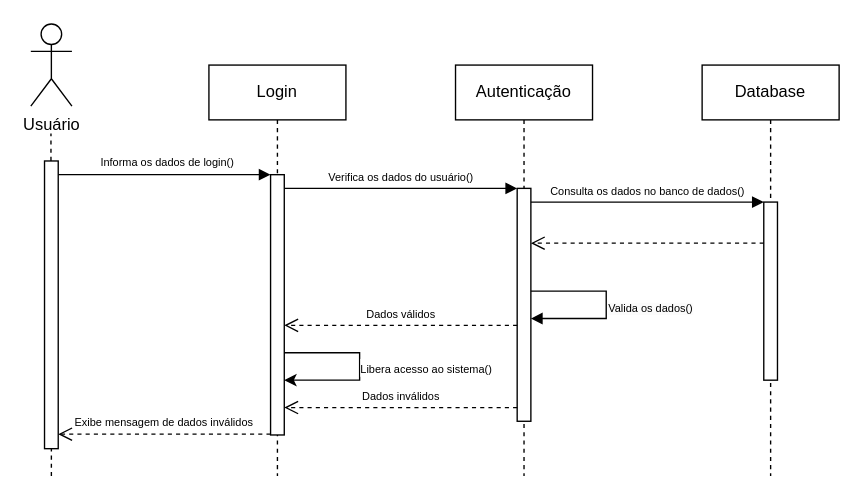
augustocesarsousa/ecommerce keeps this draw.io diagram as documentation/diagrams/sequence/login/sd001.drawio. Above is the earlier version. Source tidied: cells renumbered, new cells numbered last; positions are measured from the earlier drawing's top-left corner, leaving out a move shared by most shapes. Both pictures are drawn from the tidied source at 137%, with x=0, y=0 at pixel (30, 23).
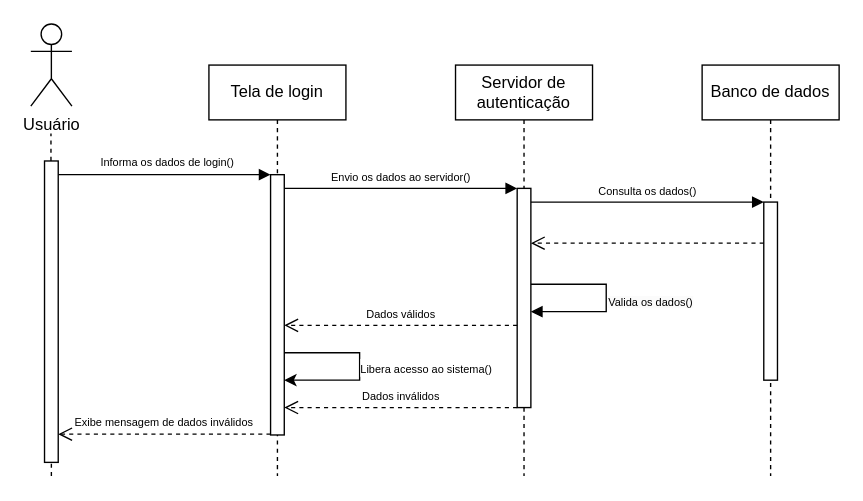
Above is the later version.

Commit message (it also covers changes not shown here):
docs: atualiza estrutura de pastas para os diagramas casos de uso e atualiza o diagrama de sequência sd001

Unchanged cells that the change refers to:
```xml
<mxCell id="15" style="html=1;points=[];perimeter=orthogonalPerimeter;outlineConnect=0;targetShapes=umlLifeline;portConstraint=eastwest;newEdgeStyle={&quot;edgeStyle&quot;:&quot;elbowEdgeStyle&quot;,&quot;elbow&quot;:&quot;vertical&quot;,&quot;curved&quot;:0,&quot;rounded&quot;:0};" parent="14" vertex="1">
  <mxGeometry x="45" y="100" width="10" height="130" as="geometry" />
</mxCell>
```

The edit, as a diff of the source:
```diff
@@
-    <mxCell id="2" value="Login" style="shape=umlLifeline;perimeter=lifelinePerimeter;whiteSpace=wrap;html=1;newEdgeStyle={&quot;edgeStyle&quot;:&quot;elbowEdgeStyle&quot;,&quot;elbow&quot;:&quot;vertical&quot;,&quot;curved&quot;:0,&quot;rounded&quot;:0};" parent="1" vertex="1">
+    <mxCell id="2" value="Tela de login" style="shape=umlLifeline;perimeter=lifelinePerimeter;whiteSpace=wrap;html=1;newEdgeStyle={&quot;edgeStyle&quot;:&quot;elbowEdgeStyle&quot;,&quot;elbow&quot;:&quot;vertical&quot;,&quot;curved&quot;:0,&quot;rounded&quot;:0};" parent="1" vertex="1">
       <mxGeometry x="130" y="30" width="100" height="300" as="geometry" />
     </mxCell>
-    <mxCell id="3" value="Autenticação" style="shape=umlLifeline;perimeter=lifelinePerimeter;whiteSpace=wrap;html=1;newEdgeStyle={&quot;edgeStyle&quot;:&quot;elbowEdgeStyle&quot;,&quot;elbow&quot;:&quot;vertical&quot;,&quot;curved&quot;:0,&quot;rounded&quot;:0};" parent="1" vertex="1">
+    <mxCell id="3" value="Servidor de autenticação" style="shape=umlLifeline;perimeter=lifelinePerimeter;whiteSpace=wrap;html=1;newEdgeStyle={&quot;edgeStyle&quot;:&quot;elbowEdgeStyle&quot;,&quot;elbow&quot;:&quot;vertical&quot;,&quot;curved&quot;:0,&quot;rounded&quot;:0};" parent="1" vertex="1">
       <mxGeometry x="310" y="30" width="100" height="300" as="geometry" />
     </mxCell>
     <mxCell id="4" style="html=1;points=[];perimeter=orthogonalPerimeter;outlineConnect=0;targetShapes=umlLifeline;portConstraint=eastwest;newEdgeStyle={&quot;edgeStyle&quot;:&quot;elbowEdgeStyle&quot;,&quot;elbow&quot;:&quot;vertical&quot;,&quot;curved&quot;:0,&quot;rounded&quot;:0};" parent="3" vertex="1">
-      <mxGeometry x="45" y="90" width="10" height="170" as="geometry" />
+      <mxGeometry x="45" y="90" width="10" height="160" as="geometry" />
     </mxCell>
-    <mxCell id="5" value="&lt;font style=&quot;font-size: 8px;&quot;&gt;Verifica os dados do usuário()&lt;/font&gt;" style="html=1;verticalAlign=bottom;endArrow=block;edgeStyle=elbowEdgeStyle;elbow=vertical;curved=0;rounded=0;" parent="1" edge="1" target="4">
+    <mxCell id="5" value="&lt;font style=&quot;font-size: 8px;&quot;&gt;Envio os dados ao servidor()&lt;/font&gt;" style="html=1;verticalAlign=bottom;endArrow=block;edgeStyle=elbowEdgeStyle;elbow=vertical;curved=0;rounded=0;" parent="1" edge="1" target="4">
       <mxGeometry relative="1" as="geometry">
         <mxPoint x="185" y="120" as="sourcePoint" />
         <Array as="points">
           <mxPoint x="270" y="120" />
         </Array>
       </mxGeometry>
     </mxCell>
@@
     <mxCell id="11" style="html=1;points=[];perimeter=orthogonalPerimeter;outlineConnect=0;targetShapes=umlLifeline;portConstraint=eastwest;newEdgeStyle={&quot;edgeStyle&quot;:&quot;elbowEdgeStyle&quot;,&quot;elbow&quot;:&quot;vertical&quot;,&quot;curved&quot;:0,&quot;rounded&quot;:0};" parent="1" vertex="1">
-      <mxGeometry x="10" y="100" width="10" height="210" as="geometry" />
+      <mxGeometry x="10" y="100" width="10" height="220" as="geometry" />
     </mxCell>
@@
-    <mxCell id="14" value="Database" style="shape=umlLifeline;perimeter=lifelinePerimeter;whiteSpace=wrap;html=1;newEdgeStyle={&quot;edgeStyle&quot;:&quot;elbowEdgeStyle&quot;,&quot;elbow&quot;:&quot;vertical&quot;,&quot;curved&quot;:0,&quot;rounded&quot;:0};" parent="1" vertex="1">
+    <mxCell id="14" value="Banco de dados" style="shape=umlLifeline;perimeter=lifelinePerimeter;whiteSpace=wrap;html=1;newEdgeStyle={&quot;edgeStyle&quot;:&quot;elbowEdgeStyle&quot;,&quot;elbow&quot;:&quot;vertical&quot;,&quot;curved&quot;:0,&quot;rounded&quot;:0};" parent="1" vertex="1">
       <mxGeometry x="490" y="30" width="100" height="300" as="geometry" />
     </mxCell>
@@
-    <mxCell id="16" value="&lt;font style=&quot;font-size: 8px;&quot;&gt;Consulta os dados no banco de dados()&lt;/font&gt;" style="html=1;verticalAlign=bottom;endArrow=block;edgeStyle=elbowEdgeStyle;elbow=vertical;curved=0;rounded=0;" parent="1" edge="1" target="15">
+    <mxCell id="16" value="&lt;font style=&quot;font-size: 8px;&quot;&gt;Consulta os dados()&lt;/font&gt;" style="html=1;verticalAlign=bottom;endArrow=block;edgeStyle=elbowEdgeStyle;elbow=vertical;curved=0;rounded=0;" parent="1" edge="1" target="15">
       <mxGeometry relative="1" as="geometry">
         <mxPoint x="365" y="130" as="sourcePoint" />
         <Array as="points">
           <mxPoint x="455" y="130" />
         </Array>
       </mxGeometry>
     </mxCell>
```
